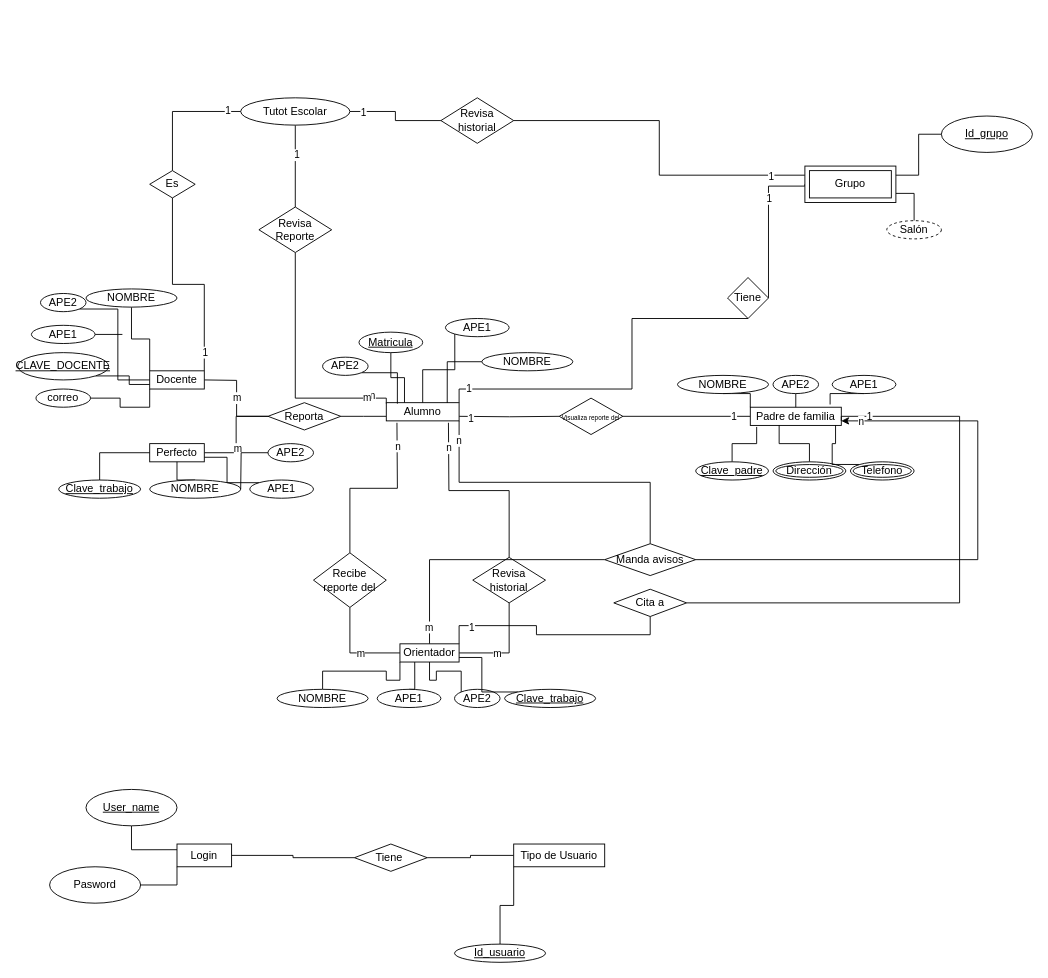
The draw.io diagram Diagrama sin título.drawio in Ismael137O/DIAGRAMA_ENTIDAD_TELACI-N, before the edit. Source tidied: cells renumbered, new cells numbered last; positions are measured from the earlier drawing's top-left corner, leaving out a move shared by most shapes. Both pictures are drawn from the tidied source at 91%, with x=0, y=0 at pixel (17, 97).
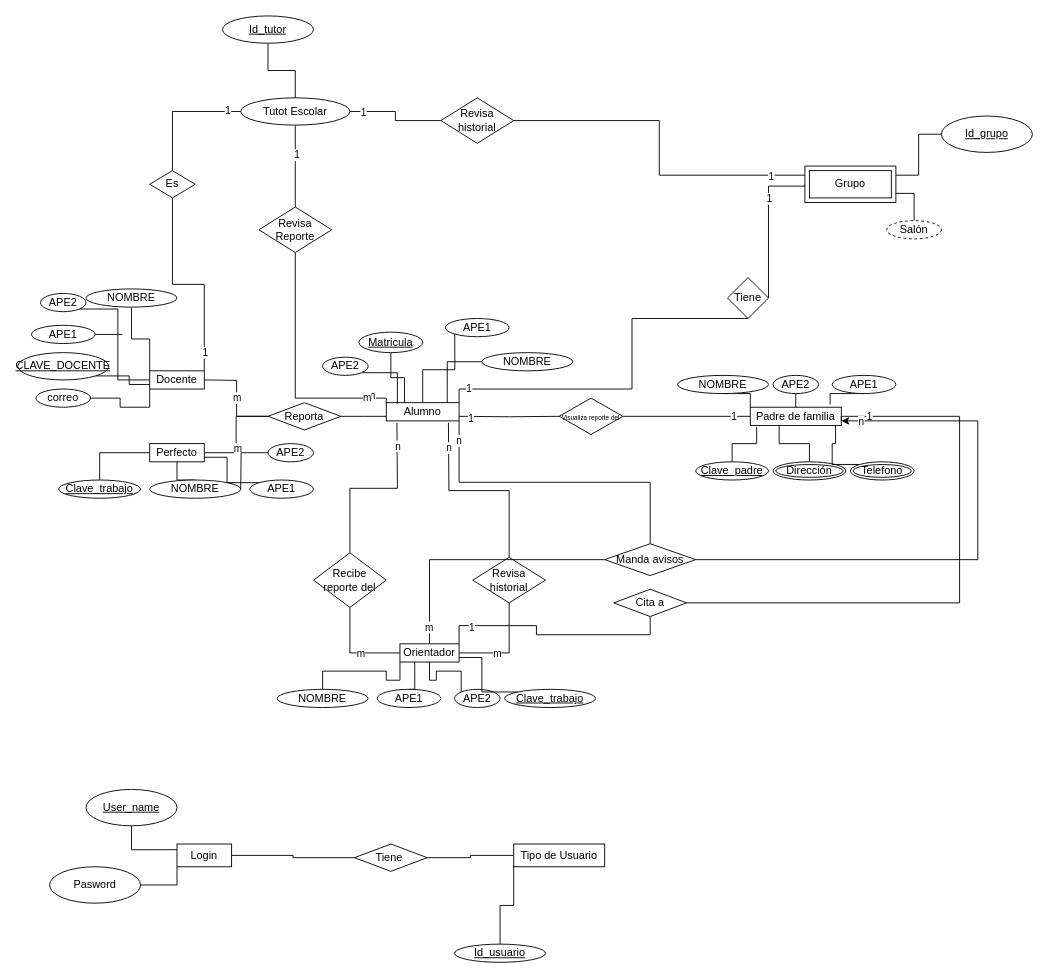
Above is the later version.

Unchanged cells that the change refers to:
```xml
<mxCell id="24" value="Tutot Escolar" style="ellipse;whiteSpace=wrap;html=1;" parent="1" vertex="1">
  <mxGeometry x="245" width="120" height="30" as="geometry" />
</mxCell>
```

What changed in the source:
```diff
@@
+    <mxCell id="126" style="edgeStyle=orthogonalEdgeStyle;rounded=0;jettySize=auto;html=1;entryX=0.5;entryY=0;entryDx=0;entryDy=0;endArrow=none;endFill=0;" parent="1" edge="1" source="127" target="24">
+      <mxGeometry relative="1" as="geometry" />
+    </mxCell>
+    <mxCell id="127" value="Id_tutor" style="ellipse;whiteSpace=wrap;html=1;align=center;fontStyle=4;" parent="1" vertex="1">
+      <mxGeometry x="225" y="-90" width="100" height="30" as="geometry" />
+    </mxCell>
```
